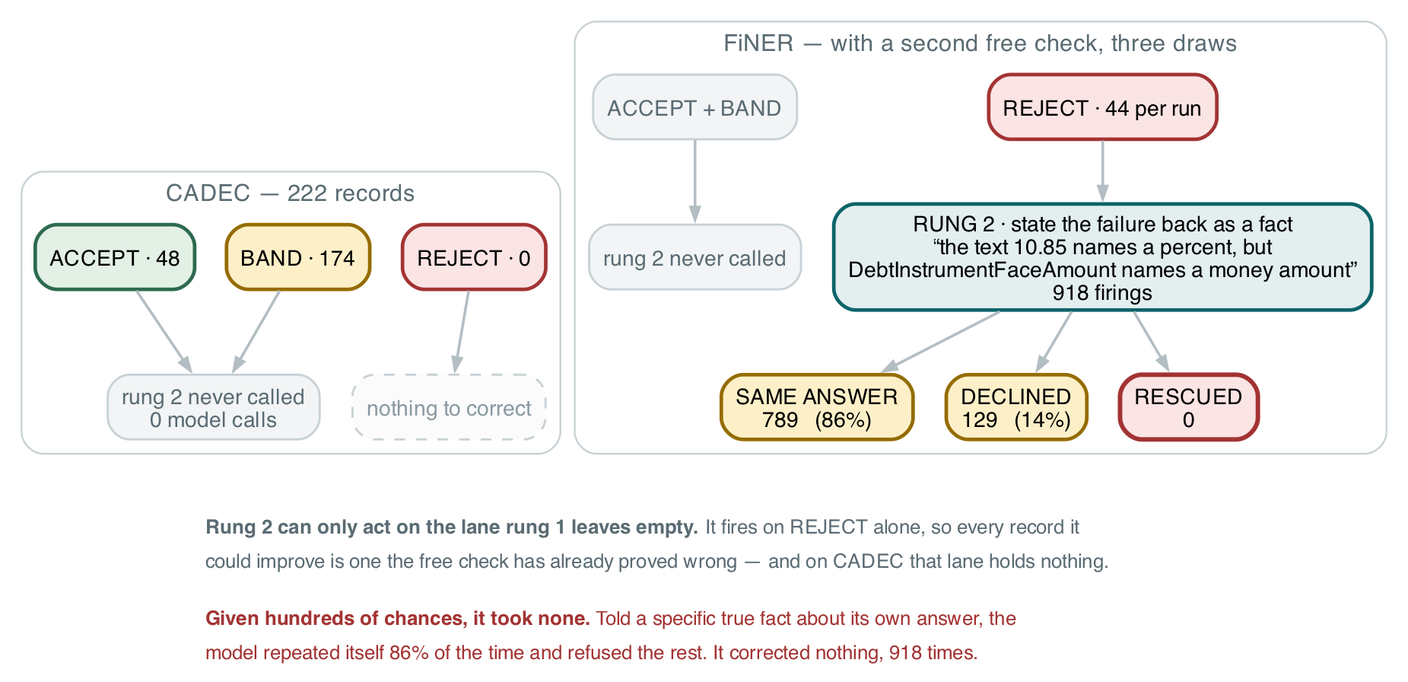
Before: docs/figures/fig13-rung2.png, a diagram exported from Graphviz (wbagais/reliability-ladder). Its source is kept beside it as docs/figures/fig13-rung2.dot. Its diagram source:
```dot
digraph rung2 {
  rankdir=TB; bgcolor="white";
  node [shape=box style="filled,rounded" fontname="Helvetica" fontsize=12
        color="#c8d1d5" penwidth=1.2];
  edge [color="#b3bec3" penwidth=1.5 arrowsize=0.7 fontname="Helvetica" fontsize=10];

  subgraph cluster_c {
    label="  CADEC — 222 records  "; fontname="Helvetica"; fontsize=13;
    color="#c8d1d5"; style=rounded; fontcolor="#5a6b73";
    ca [label="ACCEPT · 48" fillcolor="#e3f0e6" color="#2d6a4f" penwidth=2];
    cb [label="BAND · 174" fillcolor="#fdf0c8" color="#946c00" penwidth=2];
    cr [label="REJECT · 0" fillcolor="#fbe4e4" color="#a33333" penwidth=2];
    cskip [label="rung 2 never called\n0 model calls" fillcolor="#f2f4f5" fontcolor="#5a6b73"];
    cfire [label="nothing to correct" fillcolor="#fbfbfb" fontcolor="#8a9aa1" style="filled,rounded,dashed"];
    ca -> cskip; cb -> cskip; cr -> cfire;
    { rank=same; ca; cb; cr }
  }

  subgraph cluster_f {
    label="  FiNER — with a second free check, three draws  "; fontname="Helvetica";
    fontsize=13; color="#c8d1d5"; style=rounded; fontcolor="#5a6b73";
    fa [label="ACCEPT + BAND" fillcolor="#f2f4f5" fontcolor="#5a6b73"];
    fr [label="REJECT · 44 per run" fillcolor="#fbe4e4" color="#a33333" penwidth=2];
    fskip [label="rung 2 never called" fillcolor="#f2f4f5" fontcolor="#5a6b73"];
    f2 [label="RUNG 2 · state the failure back as a fact\n“the text 10.85 names a percent, but\nDebtInstrumentFaceAmount names a money amount”\n918 firings"
        fillcolor="#e3eeef" color="#0c6469" penwidth=2];
    unch [label="SAME ANSWER\n789   (86%)" fillcolor="#fdf0c8" color="#946c00" penwidth=2];
    decl [label="DECLINED\n129   (14%)" fillcolor="#fdf0c8" color="#946c00" penwidth=2];
    resc [label="RESCUED\n0" fillcolor="#fbe4e4" color="#a33333" penwidth=2.5];
    fa -> fskip; fr -> f2;
    f2 -> unch; f2 -> decl; f2 -> resc;
    { rank=same; fa; fr }
    { rank=same; unch; decl; resc }
  }

  note [shape=plaintext style="" fillcolor="white"
        label=<<TABLE BORDER="0" CELLBORDER="0" CELLSPACING="0" CELLPADDING="3">
        <TR><TD ALIGN="LEFT"><FONT POINT-SIZE="11" COLOR="#5a6b73"><B>Rung 2 can only act on the lane rung 1 leaves empty.</B> It fires on REJECT alone, so every record it</FONT></TD></TR>
        <TR><TD ALIGN="LEFT"><FONT POINT-SIZE="11" COLOR="#5a6b73">could improve is one the free check has already proved wrong — and on CADEC that lane holds nothing.</FONT></TD></TR>
        <TR><TD ALIGN="LEFT"><FONT POINT-SIZE="8"> </FONT></TD></TR>
        <TR><TD ALIGN="LEFT"><FONT POINT-SIZE="11" COLOR="#a33333"><B>Given hundreds of chances, it took none.</B> Told a specific true fact about its own answer, the</FONT></TD></TR>
        <TR><TD ALIGN="LEFT"><FONT POINT-SIZE="11" COLOR="#a33333">model repeated itself 86% of the time and refused the rest. It corrected nothing, 918 times.</FONT></TD></TR>
        </TABLE>>];
  cskip -> note [style=invis]; resc -> note [style=invis];
}
```
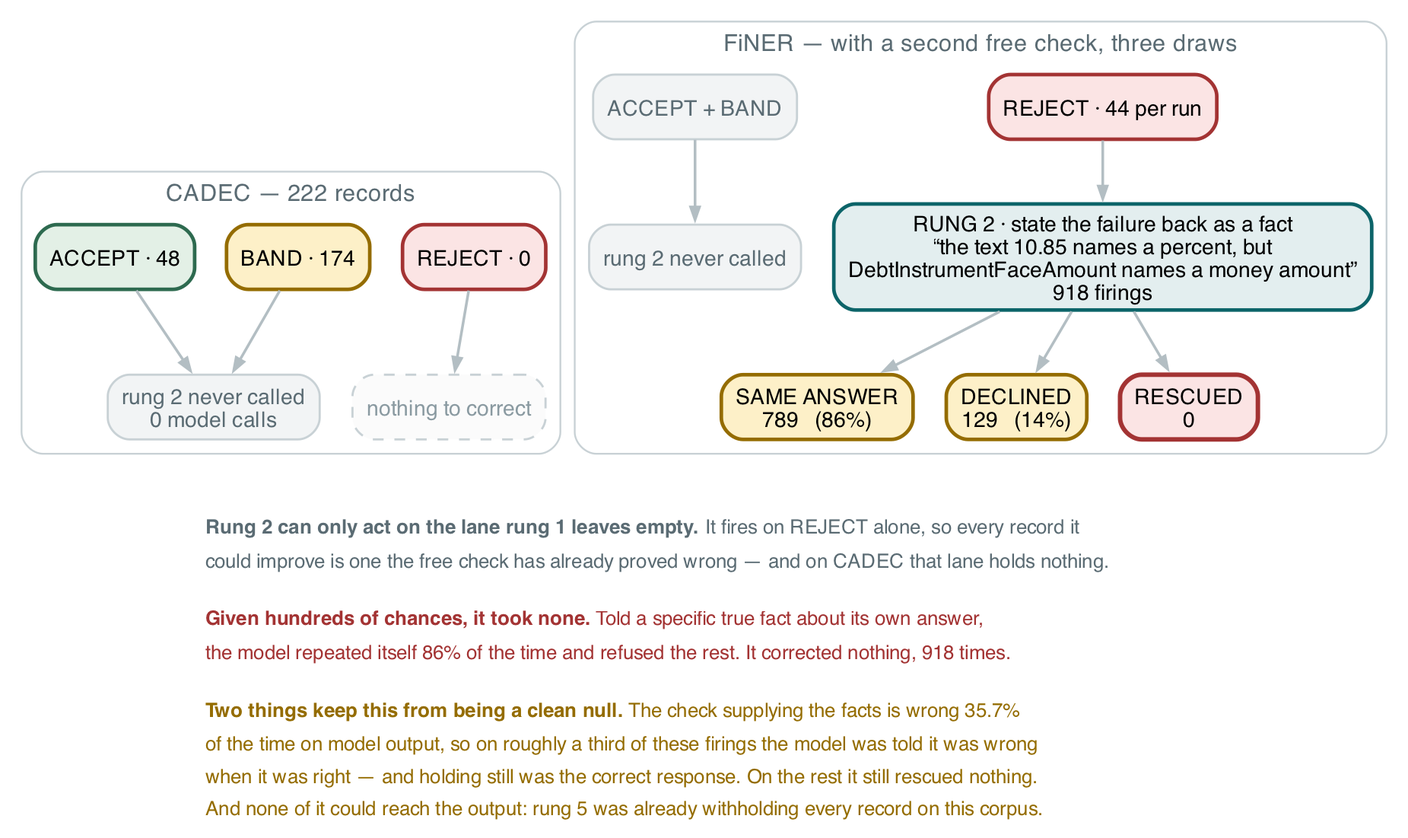
Later version of the same file.

Commit message:
the judge was never shown what it was judging, and no rung can add a mention

The edit, as a diff of the source:
```diff
@@ -38,8 +38,13 @@
         <TR><TD ALIGN="LEFT"><FONT POINT-SIZE="11" COLOR="#5a6b73"><B>Rung 2 can only act on the lane rung 1 leaves empty.</B> It fires on REJECT alone, so every record it</FONT></TD></TR>
         <TR><TD ALIGN="LEFT"><FONT POINT-SIZE="11" COLOR="#5a6b73">could improve is one the free check has already proved wrong — and on CADEC that lane holds nothing.</FONT></TD></TR>
         <TR><TD ALIGN="LEFT"><FONT POINT-SIZE="8"> </FONT></TD></TR>
-        <TR><TD ALIGN="LEFT"><FONT POINT-SIZE="11" COLOR="#a33333"><B>Given hundreds of chances, it took none.</B> Told a specific true fact about its own answer, the</FONT></TD></TR>
-        <TR><TD ALIGN="LEFT"><FONT POINT-SIZE="11" COLOR="#a33333">model repeated itself 86% of the time and refused the rest. It corrected nothing, 918 times.</FONT></TD></TR>
+        <TR><TD ALIGN="LEFT"><FONT POINT-SIZE="11" COLOR="#a33333"><B>Given hundreds of chances, it took none.</B> Told a specific true fact about its own answer,</FONT></TD></TR>
+        <TR><TD ALIGN="LEFT"><FONT POINT-SIZE="11" COLOR="#a33333">the model repeated itself 86% of the time and refused the rest. It corrected nothing, 918 times.</FONT></TD></TR>
+        <TR><TD ALIGN="LEFT"><FONT POINT-SIZE="8"> </FONT></TD></TR>
+        <TR><TD ALIGN="LEFT"><FONT POINT-SIZE="11" COLOR="#946c00"><B>Two things keep this from being a clean null.</B> The check supplying the facts is wrong 35.7%</FONT></TD></TR>
+        <TR><TD ALIGN="LEFT"><FONT POINT-SIZE="11" COLOR="#946c00">of the time on model output, so on roughly a third of these firings the model was told it was wrong</FONT></TD></TR>
+        <TR><TD ALIGN="LEFT"><FONT POINT-SIZE="11" COLOR="#946c00">when it was right — and holding still was the correct response. On the rest it still rescued nothing.</FONT></TD></TR>
+        <TR><TD ALIGN="LEFT"><FONT POINT-SIZE="11" COLOR="#946c00">And none of it could reach the output: rung 5 was already withholding every record on this corpus.</FONT></TD></TR>
         </TABLE>>];
   cskip -> note [style=invis]; resc -> note [style=invis];
 }
```
